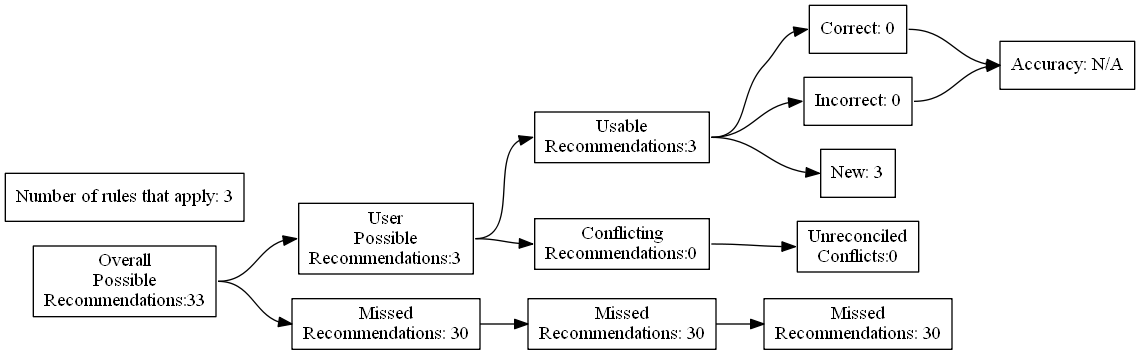
Above: test_renders/58.gv.png in ZaxR/ibd_diet_analysis (Graphviz), before the change. Its source is kept beside it as test_renders/58.gv.
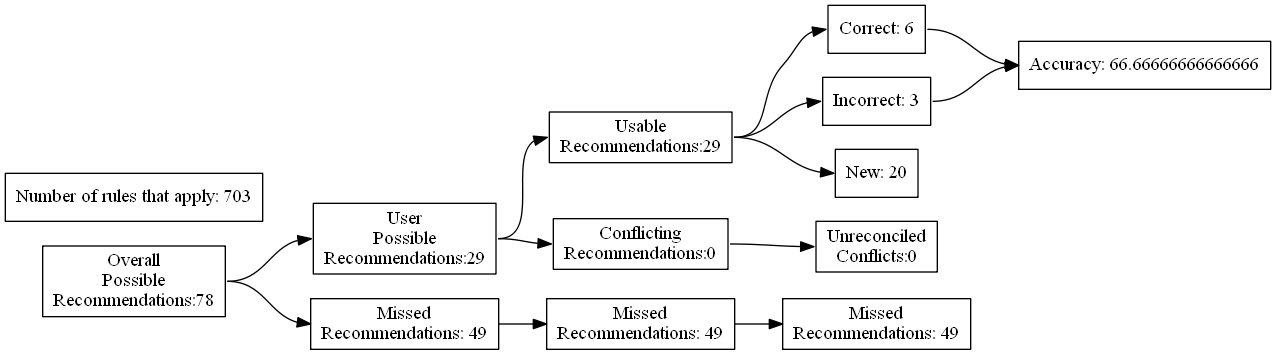
The same file after the commit.

Change to the diagram source:
```diff
@@ -4,27 +4,27 @@
 	edge [headport=w tailport=e]
 		A [label="Overall
 Possible
-Recommendations:33"]
+Recommendations:78"]
 		B [label="User
 Possible
-Recommendations:3"]
+Recommendations:29"]
 		C [label="Missed
-Recommendations: 30"]
+Recommendations: 49"]
 		D [label="Usable
-Recommendations:3"]
+Recommendations:29"]
 		E [label="Conflicting
 Recommendations:0"]
 		J [label="Missed
-Recommendations: 30"]
+Recommendations: 49"]
 		M [label="Unreconciled
 Conflicts:0"]
-		F [label="Correct: 0"]
-		G [label="Incorrect: 0"]
-		H [label="New: 3"]
+		F [label="Correct: 6"]
+		G [label="Incorrect: 3"]
+		H [label="New: 20"]
 		K [label="Missed
-Recommendations: 30"]
-		I [label="Accuracy: N/A"]
-		l [label="Number of rules that apply: 3"]
+Recommendations: 49"]
+		I [label="Accuracy: 66.66666666666666"]
+		l [label="Number of rules that apply: 703"]
 			A -> B
 			A -> C
 			B -> D
```
